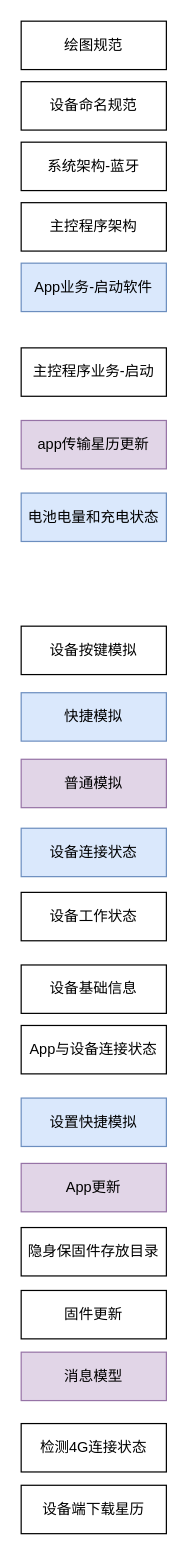
kyphoon/ysb_drawio_tree keeps this draw.io diagram as page "目录" (3 of 25) of 隐身保arm版-业务流程-V1.0-20221028-1.drawio. Above is the earlier version. Source tidied: cells renumbered, new cells numbered last; positions are measured from the earlier drawing's top-left corner, leaving out a move shared by most shapes. Both pictures are drawn from the tidied source at 121%, with x=0, y=0 at pixel (21, 21).
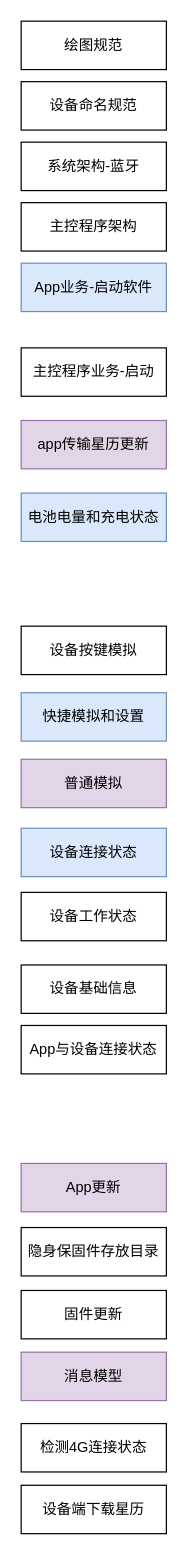
The same page after the edit.

Commit message (it also covers changes not shown here):
快捷模拟和设置

The edit, as a diff of the source:
```diff
@@
-    <mxCell id="8" value="快捷模拟" style="rounded=0;whiteSpace=wrap;html=1;fillColor=#dae8fc;strokeColor=#6c8ebf;" parent="1" vertex="1">
+    <mxCell id="8" value="快捷模拟和设置" style="rounded=0;whiteSpace=wrap;html=1;fillColor=#dae8fc;strokeColor=#6c8ebf;" parent="1" vertex="1">
       <mxGeometry y="555" width="120" height="40" as="geometry" />
     </mxCell>
@@
-    <mxCell id="10" value="设置快捷模拟" style="rounded=0;whiteSpace=wrap;html=1;fillColor=#dae8fc;strokeColor=#6c8ebf;" parent="1" vertex="1">
-      <mxGeometry y="890" width="120" height="40" as="geometry" />
-    </mxCell>
```
